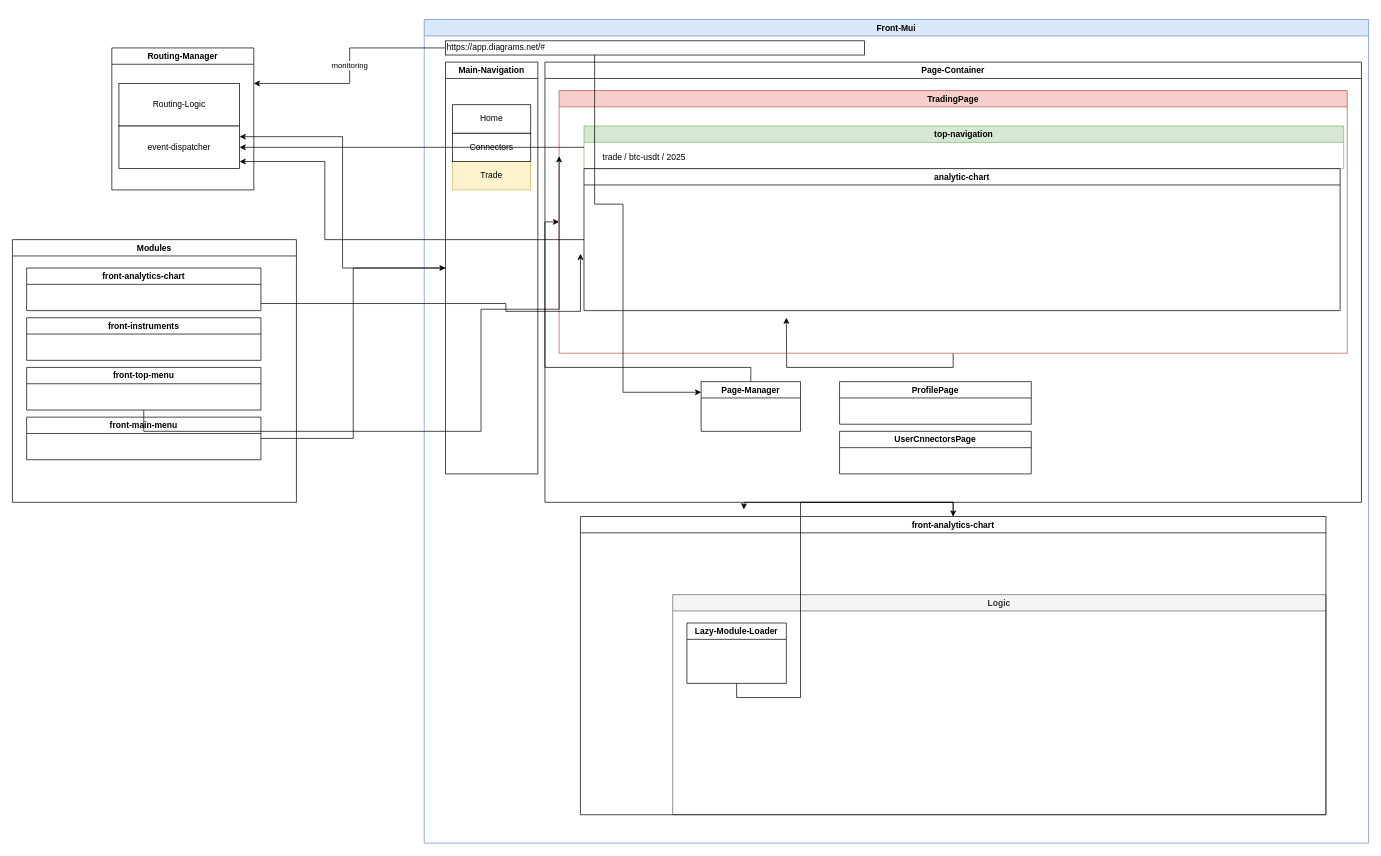
Before: Routing-Service-Manager.drawio in produktor/ui, a draw.io diagram. Source tidied: cells renumbered, new cells numbered last; positions are measured from the earlier drawing's top-left corner, leaving out a move shared by most shapes. Both pictures are drawn from the tidied source at 71%, with x=0, y=0 at pixel (12, 19).
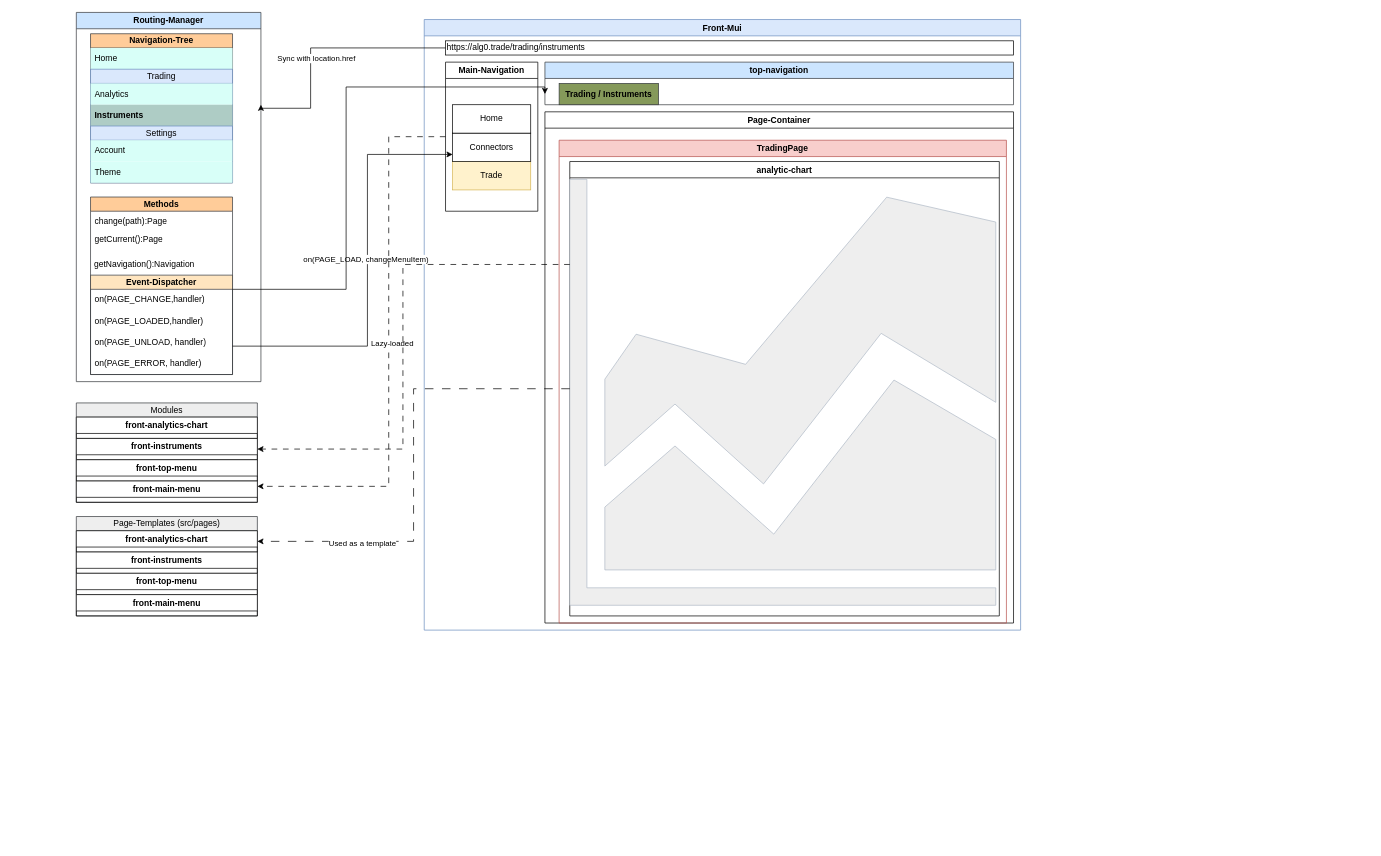
The same diagram, later.

The change refers to these unchanged cells:
```xml
<mxCell id="5" value="Connectors" style="rounded=0;whiteSpace=wrap;html=1;" parent="3" vertex="1">
  <mxGeometry x="10" y="100" width="110" height="40" as="geometry" />
</mxCell>
```

The edit, as a diff of the source:
```diff
@@
     <mxCell id="2" value="Front-Mui" style="swimlane;whiteSpace=wrap;html=1;fillColor=#dae8fc;strokeColor=#6c8ebf;" parent="1" vertex="1">
-      <mxGeometry x="580" width="1330" height="1160" as="geometry" />
+      <mxGeometry x="580" width="840" height="860" as="geometry" />
     </mxCell>
     <mxCell id="3" value="Main-Navigation" style="swimlane;whiteSpace=wrap;html=1;startSize=23;" parent="2" vertex="1">
-      <mxGeometry x="30" y="60" width="130" height="580" as="geometry" />
+      <mxGeometry x="30" y="60" width="130" height="210" as="geometry" />
     </mxCell>
@@
     <mxCell id="7" value="Page-Container" style="swimlane;whiteSpace=wrap;html=1;" parent="2" vertex="1">
-      <mxGeometry x="170" y="60" width="1150" height="620" as="geometry" />
+      <mxGeometry x="170" y="130" width="660" height="720" as="geometry" />
     </mxCell>
-    <mxCell id="8" style="edgeStyle=orthogonalEdgeStyle;rounded=0;jettySize=auto;html=1;entryX=0;entryY=0.5;entryDx=0;entryDy=0;" parent="7" edge="1" source="9" target="11">
-      <mxGeometry relative="1" as="geometry" />
-    </mxCell>
-    <mxCell id="9" value="Page-Manager" style="swimlane;whiteSpace=wrap;html=1;" parent="7" vertex="1">
-      <mxGeometry x="220" y="450" width="140" height="70" as="geometry" />
-    </mxCell>
-    <mxCell id="10" style="edgeStyle=orthogonalEdgeStyle;rounded=0;jettySize=auto;html=1;" parent="7" edge="1" source="11">
-      <mxGeometry relative="1" as="geometry">
-        <mxPoint x="340" y="360" as="targetPoint" />
-      </mxGeometry>
-    </mxCell>
     <mxCell id="11" value="TradingPage" style="swimlane;whiteSpace=wrap;html=1;fillColor=#f8cecc;strokeColor=#b85450;" parent="7" vertex="1">
-      <mxGeometry x="20" y="40" width="1110" height="370" as="geometry" />
+      <mxGeometry x="20" y="40" width="630" height="680" as="geometry" />
     </mxCell>
+    <mxCell id="14" value="analytic-chart" style="swimlane;whiteSpace=wrap;html=1;" parent="11" vertex="1">
+      <mxGeometry x="15" y="30" width="605" height="640" as="geometry" />
+    </mxCell>
+    <mxCell id="39" style="sketch=0;shadow=0;dashed=0;html=1;strokeColor=#B0BAC7;labelPosition=center;verticalLabelPosition=bottom;verticalAlign=top;align=center;fillColor=#eeeeee;shape=mxgraph.mscae.general.graph;" parent="14" vertex="1">
+      <mxGeometry y="25" width="600" height="600" as="geometry" />
+    </mxCell>
+    <mxCell id="18" value="https://alg0.trade/trading/instruments" style="rounded=0;whiteSpace=wrap;html=1;align=left;" parent="2" vertex="1">
+      <mxGeometry x="30" y="30" width="800" height="20" as="geometry" />
+    </mxCell>
-    <mxCell id="12" value="top-navigation" style="swimlane;whiteSpace=wrap;html=1;fillColor=#d5e8d4;strokeColor=#82b366;" parent="11" vertex="1">
-      <mxGeometry x="35" y="50" width="1070" height="60" as="geometry" />
+    <mxCell id="12" value="top-navigation" style="swimlane;whiteSpace=wrap;html=1;fillColor=#cce5ff;strokeColor=#36393d;" parent="2" vertex="1">
+      <mxGeometry x="170" y="60" width="660" height="60" as="geometry" />
     </mxCell>
-    <mxCell id="13" value="trade / btc-usdt / 2025" style="text;html=1;align=center;verticalAlign=middle;whiteSpace=wrap;rounded=0;" parent="12" vertex="1">
-      <mxGeometry x="20" y="30" width="130" height="30" as="geometry" />
+    <mxCell id="13" value="Trading / Instruments" style="text;html=1;align=center;verticalAlign=middle;whiteSpace=wrap;rounded=0;fontStyle=1;fillColor=#85995A;strokeColor=#36393d;" parent="12" vertex="1">
+      <mxGeometry x="20" y="30" width="140" height="30" as="geometry" />
     </mxCell>
-    <mxCell id="14" value="analytic-chart" style="swimlane;whiteSpace=wrap;html=1;" parent="11" vertex="1">
-      <mxGeometry x="35" y="110" width="1065" height="200" as="geometry" />
-    </mxCell>
-    <mxCell id="15" value="ProfilePage" style="swimlane;whiteSpace=wrap;html=1;" parent="7" vertex="1">
-      <mxGeometry x="415" y="450" width="270" height="60" as="geometry" />
-    </mxCell>
-    <mxCell id="16" value="UserCnnectorsPage" style="swimlane;whiteSpace=wrap;html=1;" parent="7" vertex="1">
-      <mxGeometry x="415" y="520" width="270" height="60" as="geometry" />
-    </mxCell>
-    <mxCell id="17" style="edgeStyle=orthogonalEdgeStyle;rounded=0;jettySize=auto;html=1;" parent="2" edge="1" source="18" target="9">
-      <mxGeometry relative="1" as="geometry">
-        <Array as="points">
-          <mxPoint x="240" y="260" />
-          <mxPoint x="280" y="260" />
-          <mxPoint x="280" y="525" />
-        </Array>
-      </mxGeometry>
-    </mxCell>
-    <mxCell id="18" value="https://app.diagrams.net/#" style="rounded=0;whiteSpace=wrap;html=1;align=left;" parent="2" vertex="1">
-      <mxGeometry x="30" y="30" width="590" height="20" as="geometry" />
-    </mxCell>
+    <mxCell id="32" value="Routing-Manager" style="swimlane;whiteSpace=wrap;html=1;fillColor=#cce5ff;strokeColor=#36393d;" parent="1" vertex="1">
+      <mxGeometry x="90" y="-10" width="260" height="520" as="geometry" />
+    </mxCell>
+    <mxCell id="40" value="Navigation-Tree" style="swimlane;fontStyle=1;horizontal=1;startSize=20;whiteSpace=wrap;html=1;fillColor=#ffcc99;strokeColor=#36393d;" parent="32" vertex="1">
+      <mxGeometry x="20" y="30" width="200" height="210" as="geometry" />
+    </mxCell>
+    <mxCell id="41" value="Home" style="text;strokeColor=none;fillColor=#D8FFF8;align=left;verticalAlign=middle;spacingLeft=4;spacingRight=4;overflow=hidden;whiteSpace=wrap;html=1;" parent="40" vertex="1">
+      <mxGeometry y="20" width="200" height="30" as="geometry" />
+    </mxCell>
+    <mxCell id="42" value="Trading" style="swimlane;fontStyle=0;horizontal=1;startSize=20;whiteSpace=wrap;html=1;fillColor=#dae8fc;strokeColor=#6c8ebf;" parent="40" vertex="1">
+      <mxGeometry y="50" width="200" height="80" as="geometry" />
+    </mxCell>
+    <mxCell id="43" value="Analytics" style="text;strokeColor=none;fillColor=#D8FFF8;align=left;verticalAlign=middle;spacingLeft=4;spacingRight=4;overflow=hidden;whiteSpace=wrap;html=1;" parent="42" vertex="1">
+      <mxGeometry y="20" width="200" height="30" as="geometry" />
+    </mxCell>
+    <mxCell id="44" value="Instruments" style="text;strokeColor=none;fillColor=#AECCC5;align=left;verticalAlign=middle;spacingLeft=4;spacingRight=4;overflow=hidden;whiteSpace=wrap;html=1;fontStyle=1;" parent="42" vertex="1">
+      <mxGeometry y="50" width="200" height="30" as="geometry" />
+    </mxCell>
+    <mxCell id="45" value="Settings" style="swimlane;fontStyle=0;horizontal=1;startSize=20;whiteSpace=wrap;html=1;fillColor=#dae8fc;strokeColor=#6c8ebf;" parent="40" vertex="1">
+      <mxGeometry y="130" width="200" height="80" as="geometry" />
+    </mxCell>
+    <mxCell id="46" value="Account" style="text;strokeColor=none;fillColor=#D8FFF8;align=left;verticalAlign=middle;spacingLeft=4;spacingRight=4;overflow=hidden;whiteSpace=wrap;html=1;" parent="45" vertex="1">
+      <mxGeometry y="20" width="200" height="30" as="geometry" />
+    </mxCell>
+    <mxCell id="47" value="Theme" style="text;strokeColor=none;fillColor=#D8FFF8;align=left;verticalAlign=middle;spacingLeft=4;spacingRight=4;overflow=hidden;whiteSpace=wrap;html=1;" parent="45" vertex="1">
+      <mxGeometry y="50" width="200" height="30" as="geometry" />
+    </mxCell>
+    <mxCell id="48" value="Methods" style="swimlane;fontStyle=1;horizontal=1;startSize=20;whiteSpace=wrap;html=1;fillColor=#ffcc99;strokeColor=#36393d;" parent="32" vertex="1">
+      <mxGeometry x="20" y="260" width="200" height="250" as="geometry" />
+    </mxCell>
+    <mxCell id="49" value="change(path):Page" style="text;strokeColor=none;fillColor=none;align=left;verticalAlign=middle;spacingLeft=4;spacingRight=4;overflow=hidden;whiteSpace=wrap;html=1;" parent="48" vertex="1">
+      <mxGeometry y="20" width="200" height="30" as="geometry" />
+    </mxCell>
+    <mxCell id="50" value="getCurrent():Page&lt;div&gt;&lt;br&gt;&lt;br&gt;&lt;div&gt;&lt;br&gt;&lt;/div&gt;&lt;/div&gt;" style="text;strokeColor=none;fillColor=none;align=left;verticalAlign=middle;spacingLeft=4;spacingRight=4;overflow=hidden;whiteSpace=wrap;html=1;" parent="48" vertex="1">
+      <mxGeometry y="50" width="200" height="30" as="geometry" />
+    </mxCell>
+    <mxCell id="51" value="&amp;nbsp;getNavigation():Navigation" style="text;html=1;align=left;verticalAlign=middle;whiteSpace=wrap;rounded=0;" parent="48" vertex="1">
+      <mxGeometry y="80" width="200" height="30" as="geometry" />
+    </mxCell>
+    <mxCell id="52" value="Event-Dispatcher" style="swimlane;fontStyle=1;horizontal=1;startSize=20;whiteSpace=wrap;html=1;fillColor=#FFE5BF;strokeColor=#36393d;" parent="48" vertex="1">
+      <mxGeometry y="110" width="200" height="140" as="geometry" />
+    </mxCell>
+    <mxCell id="53" value="on(PAGE_CHANGE,handler)&amp;nbsp;" style="text;strokeColor=none;fillColor=none;align=left;verticalAlign=middle;spacingLeft=4;spacingRight=4;overflow=hidden;whiteSpace=wrap;html=1;" parent="52" vertex="1">
+      <mxGeometry y="20" width="200" height="30" as="geometry" />
+    </mxCell>
+    <mxCell id="54" value="on(PAGE_LOADED,handler)" style="text;strokeColor=none;fillColor=none;align=left;verticalAlign=middle;spacingLeft=4;spacingRight=4;overflow=hidden;whiteSpace=wrap;html=1;" parent="52" vertex="1">
+      <mxGeometry y="50" width="200" height="30" as="geometry" />
+    </mxCell>
+    <mxCell id="55" value="on(PAGE_UNLOAD, handler)" style="text;strokeColor=none;fillColor=none;align=left;verticalAlign=middle;spacingLeft=4;spacingRight=4;overflow=hidden;whiteSpace=wrap;html=1;" parent="52" vertex="1">
+      <mxGeometry y="80" width="200" height="30" as="geometry" />
+    </mxCell>
+    <mxCell id="56" value="on(PAGE_ERROR, handler)" style="text;strokeColor=none;fillColor=none;align=left;verticalAlign=middle;spacingLeft=4;spacingRight=4;overflow=hidden;whiteSpace=wrap;html=1;" parent="52" vertex="1">
+      <mxGeometry y="110" width="200" height="30" as="geometry" />
+    </mxCell>
+    <mxCell id="35" value="Sync with location.href" style="edgeStyle=orthogonalEdgeStyle;rounded=0;jettySize=auto;html=1;entryX=1;entryY=0.25;entryDx=0;entryDy=0;" parent="1" edge="1" source="18" target="32">
+      <mxGeometry x="0.04" y="15" relative="1" as="geometry">
+        <Array as="points">
+          <mxPoint x="420" y="40" />
+          <mxPoint x="420" y="125" />
+        </Array>
+      </mxGeometry>
+    </mxCell>
+    <mxCell id="57" style="edgeStyle=orthogonalEdgeStyle;rounded=0;jettySize=auto;html=1;entryX=0;entryY=0.75;entryDx=0;entryDy=0;" parent="1" edge="1" source="48" target="5">
+      <mxGeometry relative="1" as="geometry">
+        <Array as="points">
+          <mxPoint x="500" y="460" />
+          <mxPoint x="500" y="190" />
+        </Array>
+      </mxGeometry>
+    </mxCell>
+    <mxCell id="58" value="on(PAGE_LOAD, changeMenuItem)" style="edgeLabel;html=1;align=center;verticalAlign=middle;" parent="57" vertex="1">
+      <mxGeometry x="0.08" y="3" relative="1" as="geometry" />
+    </mxCell>
+    <mxCell id="59" style="edgeStyle=orthogonalEdgeStyle;rounded=0;jettySize=auto;html=1;entryX=0;entryY=0.75;entryDx=0;entryDy=0;" parent="1" edge="1" source="48" target="12">
+      <mxGeometry relative="1" as="geometry">
+        <Array as="points">
+          <mxPoint x="470" y="380" />
+          <mxPoint x="470" y="95" />
+        </Array>
+      </mxGeometry>
+    </mxCell>
-    <mxCell id="19" value="Modules" style="swimlane;whiteSpace=wrap;html=1;" parent="1" vertex="1">
-      <mxGeometry y="310" width="400" height="370" as="geometry" />
+    <mxCell id="19" value="Modules" style="swimlane;fontStyle=0;horizontal=1;startSize=20;whiteSpace=wrap;html=1;fillColor=#eeeeee;strokeColor=#36393d;" parent="1" vertex="1">
+      <mxGeometry x="90" y="540" width="255" height="140" as="geometry" />
     </mxCell>
-    <mxCell id="20" style="edgeStyle=orthogonalEdgeStyle;rounded=0;jettySize=auto;html=1;" parent="19" edge="1" source="21">
-      <mxGeometry relative="1" as="geometry">
-        <mxPoint x="800" y="20" as="targetPoint" />
-        <Array as="points">
-          <mxPoint x="695" y="90" />
-          <mxPoint x="695" y="101" />
-        </Array>
-      </mxGeometry>
-    </mxCell>
-    <mxCell id="21" value="front-analytics-chart" style="swimlane;whiteSpace=wrap;html=1;" parent="19" vertex="1">
-      <mxGeometry x="20" y="40" width="330" height="60" as="geometry" />
+    <mxCell id="21" value="front-analytics-chart" style="swimlane;whiteSpace=wrap;html=1;" parent="19" vertex="1" collapsed="1">
+      <mxGeometry y="20" width="255" height="30" as="geometry" />
     </mxCell>
-    <mxCell id="22" value="front-instruments" style="swimlane;whiteSpace=wrap;html=1;" parent="19" vertex="1">
-      <mxGeometry x="20" y="110" width="330" height="60" as="geometry" />
+    <mxCell id="22" value="front-instruments" style="swimlane;whiteSpace=wrap;html=1;" parent="19" vertex="1" collapsed="1">
+      <mxGeometry y="50" width="255" height="30" as="geometry" />
     </mxCell>
-    <mxCell id="23" value="front-top-menu" style="swimlane;whiteSpace=wrap;html=1;" parent="19" vertex="1">
-      <mxGeometry x="20" y="180" width="330" height="60" as="geometry" />
+    <mxCell id="23" value="front-top-menu" style="swimlane;whiteSpace=wrap;html=1;" parent="19" vertex="1" collapsed="1">
+      <mxGeometry y="80" width="255" height="30" as="geometry" />
     </mxCell>
-    <mxCell id="24" value="front-main-menu" style="swimlane;whiteSpace=wrap;html=1;" parent="19" vertex="1">
-      <mxGeometry x="20" y="250" width="330" height="60" as="geometry" />
+    <mxCell id="24" value="front-main-menu" style="swimlane;whiteSpace=wrap;html=1;" parent="19" vertex="1" collapsed="1">
+      <mxGeometry y="110" width="255" height="30" as="geometry" />
     </mxCell>
-    <mxCell id="25" style="edgeStyle=orthogonalEdgeStyle;rounded=0;jettySize=auto;html=1;entryX=0;entryY=0.5;entryDx=0;entryDy=0;" parent="1" edge="1" source="24" target="3">
-      <mxGeometry relative="1" as="geometry" />
-    </mxCell>
-    <mxCell id="26" style="edgeStyle=orthogonalEdgeStyle;rounded=0;jettySize=auto;html=1;entryX=0;entryY=0.25;entryDx=0;entryDy=0;" parent="1" edge="1" source="23" target="11">
-      <mxGeometry relative="1" as="geometry">
-        <Array as="points">
-          <mxPoint x="660" y="580" />
-          <mxPoint x="660" y="408" />
-        </Array>
-      </mxGeometry>
-    </mxCell>
-    <mxCell id="27" value="Logic" style="swimlane;whiteSpace=wrap;html=1;fillColor=#f5f5f5;fontColor=#333333;strokeColor=#666666;" parent="1" vertex="1">
-      <mxGeometry x="930" y="810" width="920" height="310" as="geometry" />
-    </mxCell>
-    <mxCell id="28" style="edgeStyle=orthogonalEdgeStyle;rounded=0;jettySize=auto;html=1;" parent="27" edge="1" source="30">
-      <mxGeometry relative="1" as="geometry">
-        <mxPoint x="100" y="-120" as="targetPoint" />
-      </mxGeometry>
-    </mxCell>
-    <mxCell id="29" value="Lazy-Module-Loader" style="swimlane;whiteSpace=wrap;html=1;" parent="27" vertex="1">
-      <mxGeometry x="20" y="40" width="140" height="85" as="geometry" />
-    </mxCell>
+    <mxCell id="60" value="Page-Templates (src/pages)" style="swimlane;fontStyle=0;horizontal=1;startSize=20;whiteSpace=wrap;html=1;fillColor=#eeeeee;strokeColor=#36393d;" parent="1" vertex="1">
+      <mxGeometry x="90" y="700" width="255" height="140" as="geometry" />
+    </mxCell>
-    <mxCell id="30" value="front-analytics-chart" style="swimlane;whiteSpace=wrap;html=1;" parent="27" vertex="1">
-      <mxGeometry x="-130" y="-110" width="1050" height="420" as="geometry" />
+    <mxCell id="30" value="front-analytics-chart" style="swimlane;whiteSpace=wrap;html=1;" parent="60" vertex="1" collapsed="1">
+      <mxGeometry y="20" width="255" height="30" as="geometry" />
     </mxCell>
-    <mxCell id="31" style="edgeStyle=orthogonalEdgeStyle;rounded=0;jettySize=auto;html=1;" parent="27" edge="1" source="29" target="30">
-      <mxGeometry relative="1" as="geometry" />
-    </mxCell>
-    <mxCell id="32" value="Routing-Manager" style="swimlane;whiteSpace=wrap;html=1;" parent="1" vertex="1">
-      <mxGeometry x="140" y="40" width="200" height="200" as="geometry" />
-    </mxCell>
-    <mxCell id="33" value="Routing-Logic" style="rounded=0;whiteSpace=wrap;html=1;" parent="32" vertex="1">
-      <mxGeometry x="10" y="50" width="170" height="60" as="geometry" />
-    </mxCell>
-    <mxCell id="34" value="event-dispatcher" style="rounded=0;whiteSpace=wrap;html=1;" parent="32" vertex="1">
-      <mxGeometry x="10" y="110" width="170" height="60" as="geometry" />
-    </mxCell>
-    <mxCell id="35" value="monitoring" style="edgeStyle=orthogonalEdgeStyle;rounded=0;jettySize=auto;html=1;entryX=1;entryY=0.25;entryDx=0;entryDy=0;" parent="1" edge="1" source="18" target="32">
-      <mxGeometry relative="1" as="geometry" />
-    </mxCell>
-    <mxCell id="36" style="edgeStyle=orthogonalEdgeStyle;rounded=0;jettySize=auto;html=1;" parent="1" edge="1" source="14" target="34">
-      <mxGeometry relative="1" as="geometry">
-        <Array as="points">
-          <mxPoint x="440" y="310" />
-          <mxPoint x="440" y="200" />
-        </Array>
-      </mxGeometry>
-    </mxCell>
-    <mxCell id="37" style="edgeStyle=orthogonalEdgeStyle;rounded=0;jettySize=auto;html=1;" parent="1" edge="1" source="12" target="34">
-      <mxGeometry relative="1" as="geometry" />
-    </mxCell>
-    <mxCell id="38" style="edgeStyle=orthogonalEdgeStyle;rounded=0;jettySize=auto;html=1;entryX=1;entryY=0.25;entryDx=0;entryDy=0;" parent="1" edge="1" source="3" target="34">
-      <mxGeometry relative="1" as="geometry" />
-    </mxCell>
+    <mxCell id="61" value="front-instruments" style="swimlane;whiteSpace=wrap;html=1;" parent="60" vertex="1" collapsed="1">
+      <mxGeometry y="50" width="255" height="30" as="geometry" />
+    </mxCell>
+    <mxCell id="62" value="front-top-menu" style="swimlane;whiteSpace=wrap;html=1;" parent="60" vertex="1" collapsed="1">
+      <mxGeometry y="80" width="255" height="30" as="geometry" />
+    </mxCell>
+    <mxCell id="63" value="front-main-menu" style="swimlane;whiteSpace=wrap;html=1;" parent="60" vertex="1" collapsed="1">
+      <mxGeometry y="110" width="255" height="30" as="geometry" />
+    </mxCell>
+    <mxCell id="64" style="edgeStyle=orthogonalEdgeStyle;rounded=0;jettySize=auto;html=1;entryX=1;entryY=0.25;entryDx=0;entryDy=0;dashed=1;dashPattern=8 8;" parent="1" edge="1" source="3" target="24">
+      <mxGeometry relative="1" as="geometry">
+        <Array as="points">
+          <mxPoint x="530" y="165" />
+          <mxPoint x="530" y="658" />
+        </Array>
+      </mxGeometry>
+    </mxCell>
+    <mxCell id="65" value="Lazy-loaded" style="edgeLabel;html=1;align=center;verticalAlign=middle;" parent="64" vertex="1">
+      <mxGeometry x="-0.02" y="4" relative="1" as="geometry" />
+    </mxCell>
+    <mxCell id="66" style="edgeStyle=orthogonalEdgeStyle;rounded=0;jettySize=auto;html=1;entryX=1;entryY=0.5;entryDx=0;entryDy=0;dashed=1;dashPattern=8 8;" parent="1" edge="1" source="14" target="22">
+      <mxGeometry relative="1" as="geometry">
+        <Array as="points">
+          <mxPoint x="550" y="345" />
+          <mxPoint x="550" y="605" />
+        </Array>
+      </mxGeometry>
+    </mxCell>
+    <mxCell id="67" style="edgeStyle=orthogonalEdgeStyle;rounded=0;jettySize=auto;html=1;dashed=1;dashPattern=12 12;" parent="1" edge="1" source="14" target="30">
+      <mxGeometry relative="1" as="geometry" />
+    </mxCell>
+    <mxCell id="68" value="Used as a template" style="edgeLabel;html=1;align=center;verticalAlign=middle;" parent="67" vertex="1">
+      <mxGeometry x="0.55" y="2" relative="1" as="geometry" />
+    </mxCell>
```
